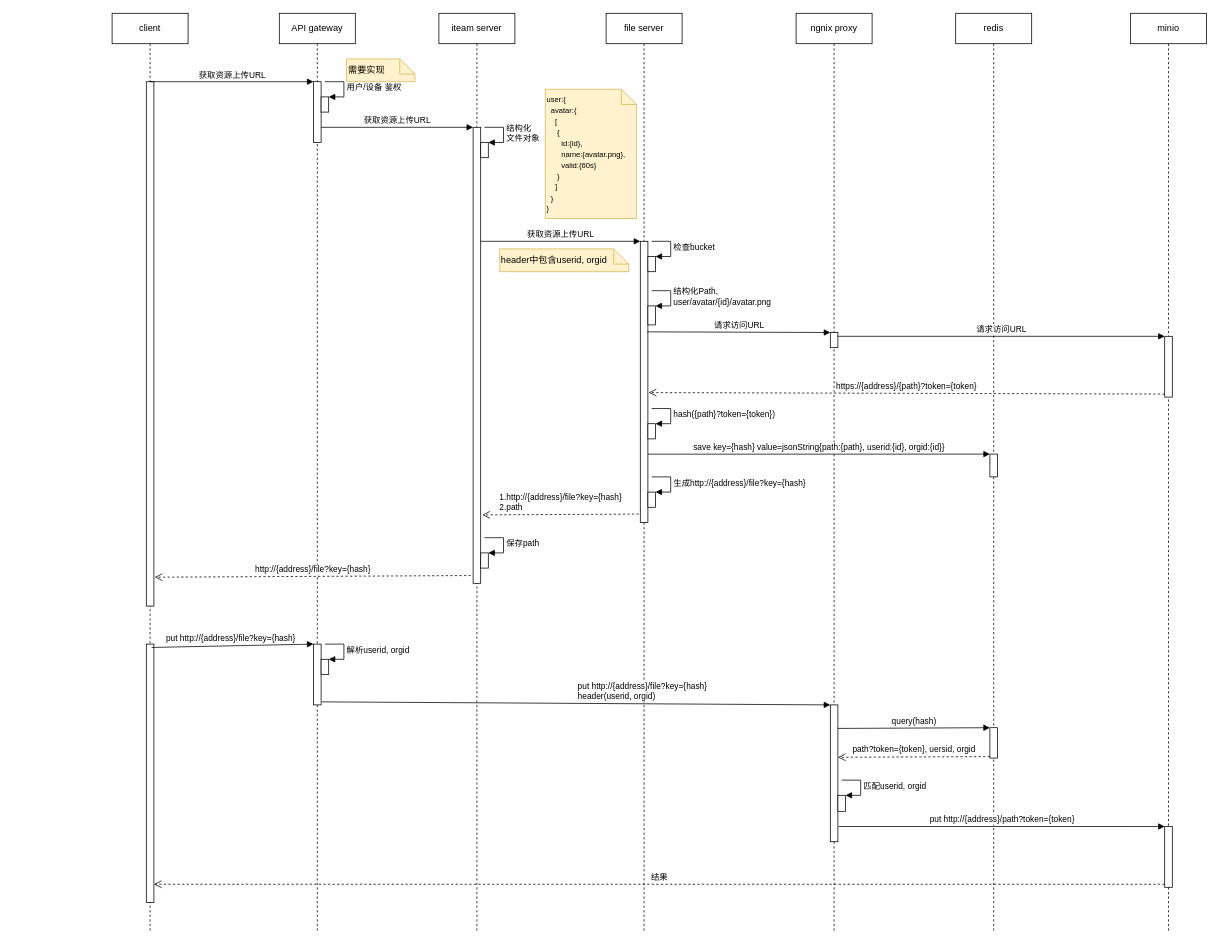
This is page "Page-3" (3 of 3) of 集成架构.drawio from RaymondNi/RTC, a draw.io file, before an edit. Source tidied: cells renumbered, new cells numbered last; positions are measured from the earlier drawing's top-left corner, leaving out a move shared by most shapes. Both pictures are drawn from the tidied source at 76%, with x=0, y=0 at pixel (112, 13).
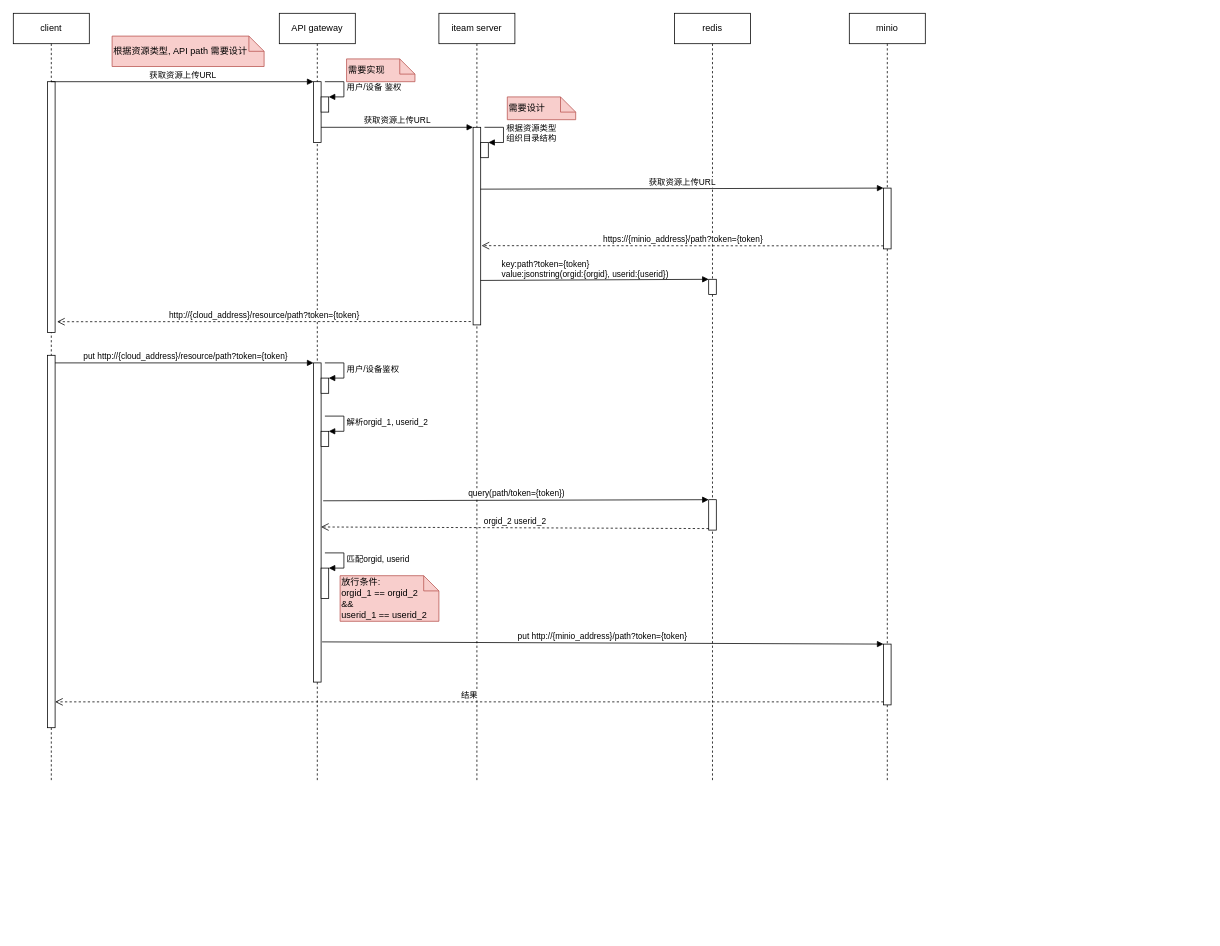
The same diagram, later.

The change refers to these unchanged cells:
```xml
<mxCell id="14" style="html=1;points=[];perimeter=orthogonalPerimeter;" parent="12" vertex="1">
  <mxGeometry x="55" y="170" width="10" height="20" as="geometry" />
</mxCell>
```

The edit, as a diff of the source:
```diff
@@
     <mxCell id="2" value="client" style="shape=umlLifeline;perimeter=lifelinePerimeter;whiteSpace=wrap;html=1;outlineConnect=0;" parent="1" vertex="1">
-      <mxGeometry width="100" height="1210" as="geometry" />
+      <mxGeometry x="-130" width="100" height="1010" as="geometry" />
     </mxCell>
     <mxCell id="3" style="html=1;points=[];perimeter=orthogonalPerimeter;" parent="2" vertex="1">
-      <mxGeometry x="45" y="90" width="10" height="690" as="geometry" />
+      <mxGeometry x="45" y="90" width="10" height="330" as="geometry" />
     </mxCell>
     <mxCell id="4" style="html=1;points=[];perimeter=orthogonalPerimeter;" parent="2" vertex="1">
-      <mxGeometry x="45" y="830" width="10" height="340" as="geometry" />
+      <mxGeometry x="45" y="450" width="10" height="490" as="geometry" />
     </mxCell>
     <mxCell id="5" value="API gateway" style="shape=umlLifeline;perimeter=lifelinePerimeter;whiteSpace=wrap;html=1;" parent="1" vertex="1">
-      <mxGeometry x="220" width="100" height="1210" as="geometry" />
+      <mxGeometry x="220" width="100" height="1010" as="geometry" />
     </mxCell>
@@
     <mxCell id="9" style="html=1;points=[];perimeter=orthogonalPerimeter;" parent="5" vertex="1">
-      <mxGeometry x="45" y="830" width="10" height="80" as="geometry" />
+      <mxGeometry x="45" y="460" width="10" height="420" as="geometry" />
     </mxCell>
     <mxCell id="10" style="html=1;points=[];perimeter=orthogonalPerimeter;" parent="5" vertex="1">
-      <mxGeometry x="55" y="850" width="10" height="20" as="geometry" />
+      <mxGeometry x="55" y="480" width="10" height="20" as="geometry" />
     </mxCell>
-    <mxCell id="11" value="解析userid, orgid" style="edgeStyle=orthogonalEdgeStyle;html=1;align=left;spacingLeft=2;endArrow=block;rounded=0;entryX=1;entryY=0;" parent="5" edge="1" target="10">
+    <mxCell id="11" value="用户/设备鉴权" style="edgeStyle=orthogonalEdgeStyle;html=1;align=left;spacingLeft=2;endArrow=block;rounded=0;entryX=1;entryY=0;" parent="5" edge="1" target="10">
       <mxGeometry relative="1" as="geometry">
-        <mxPoint x="60" y="830" as="sourcePoint" />
+        <mxPoint x="60" y="460" as="sourcePoint" />
         <Array as="points">
-          <mxPoint x="85" y="830" />
+          <mxPoint x="85" y="460" />
         </Array>
       </mxGeometry>
     </mxCell>
+    <mxCell id="57" style="html=1;points=[];perimeter=orthogonalPerimeter;" parent="5" vertex="1">
+      <mxGeometry x="55" y="550" width="10" height="20" as="geometry" />
+    </mxCell>
+    <mxCell id="58" value="解析orgid_1, userid_2" style="edgeStyle=orthogonalEdgeStyle;html=1;align=left;spacingLeft=2;endArrow=block;rounded=0;entryX=1;entryY=0;" parent="5" edge="1" target="57">
+      <mxGeometry relative="1" as="geometry">
+        <mxPoint x="60" y="530" as="sourcePoint" />
+        <Array as="points">
+          <mxPoint x="85" y="530" />
+        </Array>
+      </mxGeometry>
+    </mxCell>
+    <mxCell id="59" style="html=1;points=[];perimeter=orthogonalPerimeter;" parent="5" vertex="1">
+      <mxGeometry x="55" y="730" width="10" height="40" as="geometry" />
+    </mxCell>
+    <mxCell id="60" value="匹配orgid, userid" style="edgeStyle=orthogonalEdgeStyle;html=1;align=left;spacingLeft=2;endArrow=block;rounded=0;entryX=1;entryY=0;" parent="5" edge="1" target="59">
+      <mxGeometry relative="1" as="geometry">
+        <mxPoint x="60" y="710" as="sourcePoint" />
+        <Array as="points">
+          <mxPoint x="85" y="710" />
+        </Array>
+      </mxGeometry>
+    </mxCell>
     <mxCell id="12" value="iteam server" style="shape=umlLifeline;perimeter=lifelinePerimeter;whiteSpace=wrap;html=1;" parent="1" vertex="1">
-      <mxGeometry x="430" width="100" height="1210" as="geometry" />
+      <mxGeometry x="430" width="100" height="1010" as="geometry" />
     </mxCell>
     <mxCell id="13" style="html=1;points=[];perimeter=orthogonalPerimeter;" parent="12" vertex="1">
-      <mxGeometry x="45" y="150" width="10" height="600" as="geometry" />
+      <mxGeometry x="45" y="150" width="10" height="260" as="geometry" />
     </mxCell>
@@
-    <mxCell id="15" value="结构化&lt;br&gt;文件对象" style="edgeStyle=orthogonalEdgeStyle;html=1;align=left;spacingLeft=2;endArrow=block;rounded=0;entryX=1;entryY=0;" parent="12" edge="1" target="14">
+    <mxCell id="15" value="根据资源类型&lt;br&gt;组织目录结构" style="edgeStyle=orthogonalEdgeStyle;html=1;align=left;spacingLeft=2;endArrow=block;rounded=0;entryX=1;entryY=0;" parent="12" edge="1" target="14">
       <mxGeometry relative="1" as="geometry">
         <mxPoint x="60" y="150" as="sourcePoint" />
         <Array as="points">
           <mxPoint x="85" y="150" />
         </Array>
       </mxGeometry>
     </mxCell>
-    <mxCell id="16" style="html=1;points=[];perimeter=orthogonalPerimeter;" parent="12" vertex="1">
-      <mxGeometry x="55" y="710" width="10" height="20" as="geometry" />
-    </mxCell>
-    <mxCell id="17" value="保存path" style="edgeStyle=orthogonalEdgeStyle;html=1;align=left;spacingLeft=2;endArrow=block;rounded=0;entryX=1;entryY=0;" parent="12" edge="1" target="16">
-      <mxGeometry relative="1" as="geometry">
-        <mxPoint x="60" y="690" as="sourcePoint" />
-        <Array as="points">
-          <mxPoint x="85" y="690" />
-        </Array>
-      </mxGeometry>
-    </mxCell>
-    <mxCell id="18" value="file server" style="shape=umlLifeline;perimeter=lifelinePerimeter;whiteSpace=wrap;html=1;" parent="1" vertex="1">
-      <mxGeometry x="650" width="100" height="1210" as="geometry" />
-    </mxCell>
-    <mxCell id="19" style="html=1;points=[];perimeter=orthogonalPerimeter;" parent="18" vertex="1">
-      <mxGeometry x="45" y="300" width="10" height="370" as="geometry" />
-    </mxCell>
-    <mxCell id="20" style="html=1;points=[];perimeter=orthogonalPerimeter;" parent="18" vertex="1">
-      <mxGeometry x="55" y="320" width="10" height="20" as="geometry" />
-    </mxCell>
-    <mxCell id="21" value="检查bucket" style="edgeStyle=orthogonalEdgeStyle;html=1;align=left;spacingLeft=2;endArrow=block;rounded=0;entryX=1;entryY=0;" parent="18" edge="1" target="20">
-      <mxGeometry relative="1" as="geometry">
-        <mxPoint x="60" y="300" as="sourcePoint" />
-        <Array as="points">
-          <mxPoint x="85" y="300" />
-        </Array>
-      </mxGeometry>
-    </mxCell>
-    <mxCell id="22" style="html=1;points=[];perimeter=orthogonalPerimeter;" parent="18" vertex="1">
-      <mxGeometry x="55" y="385" width="10" height="25" as="geometry" />
-    </mxCell>
-    <mxCell id="23" value="结构化Path, &lt;br&gt;user/avatar/{id}/avatar.png" style="edgeStyle=orthogonalEdgeStyle;html=1;align=left;spacingLeft=2;endArrow=block;rounded=0;entryX=1;entryY=0;" parent="18" edge="1" target="22">
-      <mxGeometry relative="1" as="geometry">
-        <mxPoint x="60" y="365" as="sourcePoint" />
-        <Array as="points">
-          <mxPoint x="85" y="365" />
-        </Array>
-      </mxGeometry>
-    </mxCell>
-    <mxCell id="24" style="html=1;points=[];perimeter=orthogonalPerimeter;" parent="18" vertex="1">
-      <mxGeometry x="55" y="540" width="10" height="20" as="geometry" />
-    </mxCell>
-    <mxCell id="25" value="hash({path}&lt;span style=&quot;text-align: center&quot;&gt;?token={token}&lt;/span&gt;)" style="edgeStyle=orthogonalEdgeStyle;html=1;align=left;spacingLeft=2;endArrow=block;rounded=0;entryX=1;entryY=0;" parent="18" edge="1" target="24">
-      <mxGeometry relative="1" as="geometry">
-        <mxPoint x="60" y="520" as="sourcePoint" />
-        <Array as="points">
-          <mxPoint x="85" y="520" />
-        </Array>
-      </mxGeometry>
-    </mxCell>
-    <mxCell id="26" style="html=1;points=[];perimeter=orthogonalPerimeter;" parent="18" vertex="1">
-      <mxGeometry x="55" y="630" width="10" height="20" as="geometry" />
-    </mxCell>
-    <mxCell id="27" value="生成http://{address}/file?key={hash}" style="edgeStyle=orthogonalEdgeStyle;html=1;align=left;spacingLeft=2;endArrow=block;rounded=0;entryX=1;entryY=0;" parent="18" edge="1" target="26">
-      <mxGeometry relative="1" as="geometry">
-        <mxPoint x="60" y="610" as="sourcePoint" />
-        <Array as="points">
-          <mxPoint x="85" y="610" />
-        </Array>
-      </mxGeometry>
-    </mxCell>
     <mxCell id="28" value="minio" style="shape=umlLifeline;perimeter=lifelinePerimeter;whiteSpace=wrap;html=1;" parent="1" vertex="1">
-      <mxGeometry x="1340" width="100" height="1210" as="geometry" />
+      <mxGeometry x="970" width="100" height="1010" as="geometry" />
     </mxCell>
-    <mxCell id="29" style="html=1;points=[];perimeter=orthogonalPerimeter;" parent="28" vertex="1">
-      <mxGeometry x="45" y="425" width="10" height="80" as="geometry" />
-    </mxCell>
     <mxCell id="30" style="html=1;points=[];perimeter=orthogonalPerimeter;" parent="28" vertex="1">
-      <mxGeometry x="45" y="1070" width="10" height="80" as="geometry" />
+      <mxGeometry x="45" y="830" width="10" height="80" as="geometry" />
     </mxCell>
+    <mxCell id="61" style="html=1;points=[];perimeter=orthogonalPerimeter;" parent="28" vertex="1">
+      <mxGeometry x="45" y="230" width="10" height="80" as="geometry" />
+    </mxCell>
@@
-    <mxCell id="32" value="需要实现" style="shape=note;size=20;whiteSpace=wrap;html=1;fillColor=#fff2cc;strokeColor=#d6b656;align=left;" parent="1" vertex="1">
+    <mxCell id="32" value="需要实现" style="shape=note;size=20;whiteSpace=wrap;html=1;fillColor=#f8cecc;strokeColor=#b85450;align=left;" parent="1" vertex="1">
       <mxGeometry x="308.5" y="60" width="90" height="30" as="geometry" />
     </mxCell>
@@
-    <mxCell id="34" value="获取资源上传URL" style="html=1;verticalAlign=bottom;endArrow=block;entryX=0;entryY=0;" parent="1" edge="1" target="19">
-      <mxGeometry relative="1" as="geometry">
-        <mxPoint x="485" y="300" as="sourcePoint" />
-      </mxGeometry>
-    </mxCell>
-    <mxCell id="35" value="ngnix proxy" style="shape=umlLifeline;perimeter=lifelinePerimeter;whiteSpace=wrap;html=1;" parent="1" vertex="1">
-      <mxGeometry x="900" width="100" height="1210" as="geometry" />
-    </mxCell>
-    <mxCell id="36" style="html=1;points=[];perimeter=orthogonalPerimeter;" parent="35" vertex="1">
-      <mxGeometry x="45" y="420" width="10" height="20" as="geometry" />
-    </mxCell>
-    <mxCell id="37" style="html=1;points=[];perimeter=orthogonalPerimeter;" parent="35" vertex="1">
-      <mxGeometry x="45" y="910" width="10" height="180" as="geometry" />
-    </mxCell>
-    <mxCell id="38" style="html=1;points=[];perimeter=orthogonalPerimeter;" parent="35" vertex="1">
-      <mxGeometry x="55" y="1029" width="10" height="21" as="geometry" />
-    </mxCell>
-    <mxCell id="39" value="匹配userid, orgid" style="edgeStyle=orthogonalEdgeStyle;html=1;align=left;spacingLeft=2;endArrow=block;rounded=0;entryX=1;entryY=0;" parent="35" edge="1" target="38">
-      <mxGeometry relative="1" as="geometry">
-        <mxPoint x="60" y="1009" as="sourcePoint" />
-        <Array as="points">
-          <mxPoint x="85" y="1009" />
-        </Array>
-      </mxGeometry>
-    </mxCell>
     <mxCell id="40" value="redis" style="shape=umlLifeline;perimeter=lifelinePerimeter;whiteSpace=wrap;html=1;" parent="1" vertex="1">
-      <mxGeometry x="1110" width="100" height="1210" as="geometry" />
+      <mxGeometry x="740" width="100" height="1010" as="geometry" />
     </mxCell>
-    <mxCell id="41" style="html=1;points=[];perimeter=orthogonalPerimeter;" parent="40" vertex="1">
-      <mxGeometry x="45" y="580" width="10" height="30" as="geometry" />
-    </mxCell>
-    <mxCell id="42" style="html=1;points=[];perimeter=orthogonalPerimeter;" parent="40" vertex="1">
-      <mxGeometry x="45" y="940" width="10" height="40" as="geometry" />
-    </mxCell>
-    <mxCell id="43" value="请求访问URL" style="html=1;verticalAlign=bottom;endArrow=block;entryX=0;entryY=0;exitX=0.9;exitY=0.322;exitDx=0;exitDy=0;exitPerimeter=0;" parent="1" edge="1" source="19" target="36">
-      <mxGeometry relative="1" as="geometry" />
-    </mxCell>
-    <mxCell id="44" value="请求访问URL" style="html=1;verticalAlign=bottom;endArrow=block;entryX=0;entryY=0;" parent="1" edge="1" source="36" target="29">
-      <mxGeometry relative="1" as="geometry" />
-    </mxCell>
-    <mxCell id="45" value="save key={hash} value=jsonString{path:{path}, userid:{id}, orgid:{id}}" style="html=1;verticalAlign=bottom;endArrow=block;entryX=0;entryY=0;exitX=1;exitY=0.757;exitDx=0;exitDy=0;exitPerimeter=0;" parent="1" edge="1" source="19" target="41">
-      <mxGeometry relative="1" as="geometry" />
-    </mxCell>
-    <mxCell id="46" value="&lt;div style=&quot;text-align: left&quot;&gt;1.http://{address}/file?key={hash}&lt;/div&gt;&lt;span&gt;&lt;div style=&quot;text-align: left&quot;&gt;2.path&lt;/div&gt;&lt;/span&gt;" style="html=1;verticalAlign=bottom;endArrow=open;dashed=1;endSize=8;exitX=-0.2;exitY=0.97;entryX=1.2;entryY=0.85;entryDx=0;entryDy=0;entryPerimeter=0;exitDx=0;exitDy=0;exitPerimeter=0;" parent="1" edge="1" source="19" target="13">
-      <mxGeometry relative="1" as="geometry" />
-    </mxCell>
-    <mxCell id="47" value="https://{address}/{path}?token={token}" style="html=1;verticalAlign=bottom;endArrow=open;dashed=1;endSize=8;exitX=0;exitY=0.95;entryX=1.1;entryY=0.538;entryDx=0;entryDy=0;entryPerimeter=0;" parent="1" edge="1" source="29" target="19">
-      <mxGeometry relative="1" as="geometry" />
-    </mxCell>
-    <mxCell id="48" value="&lt;font style=&quot;font-size: 10px&quot;&gt;user:{&lt;br&gt;&amp;nbsp; avatar:{&lt;br&gt;&amp;nbsp; &amp;nbsp; [&lt;br&gt;&amp;nbsp; &amp;nbsp; &amp;nbsp;{&lt;br&gt;&amp;nbsp; &amp;nbsp; &amp;nbsp; &amp;nbsp;id:{id}, &lt;br&gt;&amp;nbsp; &amp;nbsp; &amp;nbsp; &amp;nbsp;name:{avatar.png},&lt;br&gt;&amp;nbsp; &amp;nbsp; &amp;nbsp; &amp;nbsp;valid:{60s}&lt;br&gt;&amp;nbsp; &amp;nbsp; &amp;nbsp;}&lt;br&gt;&amp;nbsp; &amp;nbsp; ]&lt;br&gt;&amp;nbsp; }&lt;br&gt;}&lt;/font&gt;" style="shape=note;size=20;whiteSpace=wrap;html=1;fillColor=#fff2cc;strokeColor=#d6b656;align=left;" parent="1" vertex="1">
-      <mxGeometry x="570" y="100" width="120" height="170" as="geometry" />
-    </mxCell>
-    <mxCell id="49" value="header中包含userid, orgid" style="shape=note;size=20;whiteSpace=wrap;html=1;fillColor=#fff2cc;strokeColor=#d6b656;align=left;" parent="1" vertex="1">
-      <mxGeometry x="510" y="310" width="170" height="30" as="geometry" />
-    </mxCell>
+    <mxCell id="62" style="html=1;points=[];perimeter=orthogonalPerimeter;" parent="40" vertex="1">
+      <mxGeometry x="45" y="350" width="10" height="20" as="geometry" />
+    </mxCell>
+    <mxCell id="63" style="html=1;points=[];perimeter=orthogonalPerimeter;" parent="40" vertex="1">
+      <mxGeometry x="45" y="640" width="10" height="40" as="geometry" />
+    </mxCell>
-    <mxCell id="50" value="&lt;span style=&quot;text-align: left&quot;&gt;http://{address}/file?key={hash}&lt;/span&gt;" style="html=1;verticalAlign=bottom;endArrow=open;dashed=1;endSize=8;exitX=-0.3;exitY=0.983;exitDx=0;exitDy=0;exitPerimeter=0;" parent="1" edge="1" source="13">
-      <mxGeometry relative="1" as="geometry">
-        <mxPoint x="56" y="742" as="targetPoint" />
-      </mxGeometry>
+    <mxCell id="50" value="&lt;div style=&quot;text-align: left&quot;&gt;http://{cloud_address}/resource/path?token={token}&lt;/div&gt;" style="html=1;verticalAlign=bottom;endArrow=open;dashed=1;endSize=8;exitX=-0.3;exitY=0.983;exitDx=0;exitDy=0;exitPerimeter=0;entryX=1.257;entryY=0.957;entryDx=0;entryDy=0;entryPerimeter=0;" parent="1" edge="1" source="13" target="3">
+      <mxGeometry relative="1" as="geometry" />
     </mxCell>
-    <mxCell id="51" value="put&amp;nbsp;&lt;span&gt;http://{address}/file?key={hash}&amp;nbsp;&lt;br&gt;header(userid, orgid)&lt;/span&gt;" style="html=1;verticalAlign=bottom;endArrow=block;entryX=0;entryY=0;exitX=1.1;exitY=0.95;exitDx=0;exitDy=0;exitPerimeter=0;align=left;" parent="1" edge="1" source="9" target="37">
-      <mxGeometry relative="1" as="geometry" />
-    </mxCell>
-    <mxCell id="52" value="query(hash)" style="html=1;verticalAlign=bottom;endArrow=block;entryX=0;entryY=0;exitX=1;exitY=0.172;exitDx=0;exitDy=0;exitPerimeter=0;" parent="1" edge="1" source="37" target="42">
-      <mxGeometry relative="1" as="geometry" />
-    </mxCell>
-    <mxCell id="53" value="put&amp;nbsp;&lt;span style=&quot;text-align: left&quot;&gt;http://{address}/file?key={hash}&amp;nbsp;&lt;/span&gt;&amp;nbsp;" style="html=1;verticalAlign=bottom;endArrow=block;entryX=0;entryY=0;exitX=0.7;exitY=0.013;exitDx=0;exitDy=0;exitPerimeter=0;" parent="1" edge="1" source="4" target="9">
+    <mxCell id="53" value="&lt;span style=&quot;text-align: left&quot;&gt;&amp;nbsp;put http://{cloud_address}/resource/path?token={token}&lt;/span&gt;" style="html=1;verticalAlign=bottom;endArrow=block;entryX=0;entryY=0;" parent="1" edge="1" source="4" target="9">
       <mxGeometry relative="1" as="geometry" />
     </mxCell>
-    <mxCell id="54" value="path?token={token}, uersid, orgid" style="html=1;verticalAlign=bottom;endArrow=open;dashed=1;endSize=8;exitX=0;exitY=0.95;entryX=1;entryY=0.383;entryDx=0;entryDy=0;entryPerimeter=0;" parent="1" edge="1" source="42" target="37">
-      <mxGeometry relative="1" as="geometry" />
-    </mxCell>
-    <mxCell id="55" value="put http://{address}/path?token={token}" style="html=1;verticalAlign=bottom;endArrow=block;entryX=0;entryY=0;exitX=1.1;exitY=0.889;exitDx=0;exitDy=0;exitPerimeter=0;" parent="1" edge="1" source="37" target="30">
+    <mxCell id="55" value="put http://{minio_address}/path?token={token}" style="html=1;verticalAlign=bottom;endArrow=block;entryX=0;entryY=0;exitX=1.129;exitY=0.874;exitDx=0;exitDy=0;exitPerimeter=0;" parent="1" edge="1" source="9" target="30">
       <mxGeometry relative="1" as="geometry" />
     </mxCell>
@@
+    <mxCell id="34" value="获取资源上传URL" style="html=1;verticalAlign=bottom;endArrow=block;entryX=0;entryY=0;exitX=0.971;exitY=0.313;exitDx=0;exitDy=0;exitPerimeter=0;" parent="1" edge="1" source="13" target="61">
+      <mxGeometry relative="1" as="geometry" />
+    </mxCell>
+    <mxCell id="64" value="https://{minio_address}/path?token={token}" style="html=1;verticalAlign=bottom;endArrow=open;dashed=1;endSize=8;exitX=0;exitY=0.95;entryX=1.114;entryY=0.599;entryDx=0;entryDy=0;entryPerimeter=0;" parent="1" edge="1" source="61" target="13">
+      <mxGeometry relative="1" as="geometry" />
+    </mxCell>
+    <mxCell id="65" value="key:path?token={token}&lt;br&gt;value:jsonstring(orgid:{orgid}, userid:{userid})" style="html=1;verticalAlign=bottom;endArrow=block;entryX=0;entryY=0;exitX=0.986;exitY=0.775;exitDx=0;exitDy=0;exitPerimeter=0;align=left;" parent="1" edge="1" source="13" target="62">
+      <mxGeometry x="-0.83" y="-1" relative="1" as="geometry" />
+    </mxCell>
+    <mxCell id="66" value="需要设计" style="shape=note;size=20;whiteSpace=wrap;html=1;fillColor=#f8cecc;strokeColor=#b85450;align=left;" parent="1" vertex="1">
+      <mxGeometry x="520" y="110" width="90" height="30" as="geometry" />
+    </mxCell>
+    <mxCell id="67" value="query(path/token={token})" style="html=1;verticalAlign=bottom;endArrow=block;entryX=0;entryY=0;exitX=1.271;exitY=0.432;exitDx=0;exitDy=0;exitPerimeter=0;" parent="1" edge="1" source="9" target="63">
+      <mxGeometry relative="1" as="geometry" />
+    </mxCell>
+    <mxCell id="68" value="orgid_2 userid_2" style="html=1;verticalAlign=bottom;endArrow=open;dashed=1;endSize=8;exitX=0;exitY=0.95;entryX=0.986;entryY=0.514;entryDx=0;entryDy=0;entryPerimeter=0;" parent="1" edge="1" source="63" target="9">
+      <mxGeometry relative="1" as="geometry" />
+    </mxCell>
+    <mxCell id="69" value="放行条件:&lt;br&gt;orgid_1 == orgid_2&amp;nbsp;&lt;br&gt;&amp;amp;&amp;amp;&lt;br&gt;userid_1 == userid_2" style="shape=note;size=20;whiteSpace=wrap;html=1;fillColor=#f8cecc;strokeColor=#b85450;align=left;" parent="1" vertex="1">
+      <mxGeometry x="300" y="740" width="130" height="60" as="geometry" />
+    </mxCell>
+    <mxCell id="70" value="根据资源类型, API path 需要设计" style="shape=note;size=20;whiteSpace=wrap;html=1;fillColor=#f8cecc;strokeColor=#b85450;align=left;" parent="1" vertex="1">
+      <mxGeometry y="30" width="200" height="40" as="geometry" />
+    </mxCell>
+    <mxCell id="71" style="edgeStyle=orthogonalEdgeStyle;rounded=0;orthogonalLoop=1;jettySize=auto;html=1;exitX=0.5;exitY=1;exitDx=0;exitDy=0;exitPerimeter=0;" parent="1" edge="1" source="70" target="70">
+      <mxGeometry relative="1" as="geometry" />
+    </mxCell>
```
